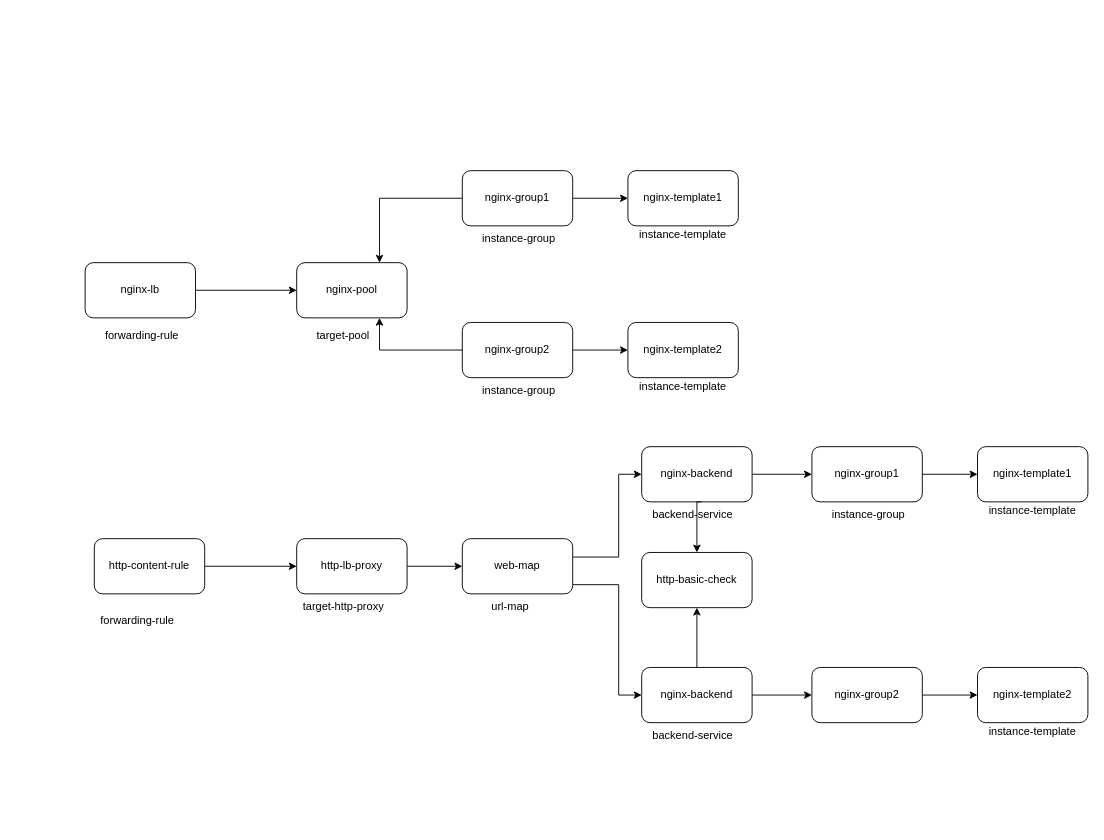
Before: http-lb.drawio in Abdennebi/gcp-training, a draw.io diagram. Source tidied: cells renumbered, new cells numbered last; positions are measured from the earlier drawing's top-left corner, leaving out a move shared by most shapes. Both pictures are drawn from the tidied source at 92%, with x=0, y=0 at pixel (85, 170).
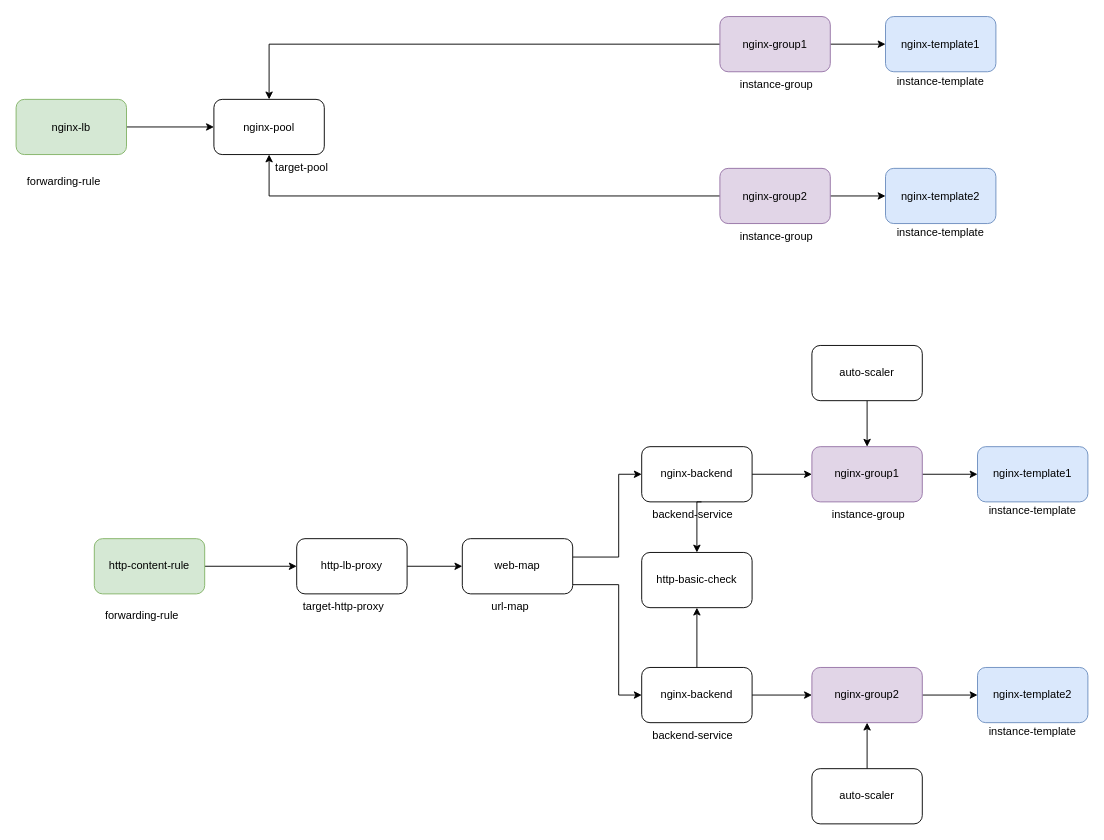
The same diagram, later.

The edit, as a diff of the source:
```diff
@@
-    <mxCell id="10" value="&lt;span&gt;nginx-template1&lt;/span&gt;" style="rounded=1;whiteSpace=wrap;html=1;" parent="1" vertex="1">
-      <mxGeometry x="590" width="120" height="60" as="geometry" />
+    <mxCell id="10" value="&lt;span&gt;nginx-template1&lt;/span&gt;" style="rounded=1;whiteSpace=wrap;html=1;fillColor=#dae8fc;strokeColor=#6c8ebf;" parent="1" vertex="1">
+      <mxGeometry x="870" y="-167.5" width="120" height="60" as="geometry" />
     </mxCell>
     <mxCell id="11" value="&lt;span&gt;instance-template&lt;/span&gt;" style="text;html=1;strokeColor=none;fillColor=none;align=center;verticalAlign=middle;whiteSpace=wrap;rounded=0;" parent="1" vertex="1">
-      <mxGeometry x="600" y="60" width="100" height="20" as="geometry" />
+      <mxGeometry x="880" y="-107.5" width="100" height="20" as="geometry" />
     </mxCell>
     <mxCell id="12" value="&lt;span&gt;nginx-pool&lt;/span&gt;" style="rounded=1;whiteSpace=wrap;html=1;" parent="1" vertex="1">
-      <mxGeometry x="230" y="100" width="120" height="60" as="geometry" />
+      <mxGeometry x="140" y="-77.5" width="120" height="60" as="geometry" />
     </mxCell>
     <mxCell id="13" value="target-pool" style="text;html=1;" parent="1" vertex="1">
-      <mxGeometry x="250" y="165" width="60" height="30" as="geometry" />
+      <mxGeometry x="205" y="-17.5" width="60" height="30" as="geometry" />
     </mxCell>
@@
     <mxCell id="15" style="edgeStyle=orthogonalEdgeStyle;rounded=0;jettySize=auto;html=1;" parent="1" edge="1" source="16" target="12">
       <mxGeometry relative="1" as="geometry">
         <Array as="points">
-          <mxPoint x="320" y="30" />
+          <mxPoint x="200" y="-137" />
         </Array>
       </mxGeometry>
     </mxCell>
-    <mxCell id="16" value="&lt;span&gt;nginx-group1&lt;/span&gt;" style="rounded=1;whiteSpace=wrap;html=1;" parent="1" vertex="1">
-      <mxGeometry x="410" width="120" height="60" as="geometry" />
+    <mxCell id="16" value="&lt;span&gt;nginx-group1&lt;/span&gt;" style="rounded=1;whiteSpace=wrap;html=1;fillColor=#e1d5e7;strokeColor=#9673a6;" parent="1" vertex="1">
+      <mxGeometry x="690" y="-167.5" width="120" height="60" as="geometry" />
     </mxCell>
     <mxCell id="17" value="instance-group" style="text;html=1;" parent="1" vertex="1">
-      <mxGeometry x="430" y="60" width="100" height="30" as="geometry" />
+      <mxGeometry x="710" y="-107.5" width="100" height="30" as="geometry" />
     </mxCell>
@@
-    <mxCell id="19" value="&lt;span&gt;nginx-lb&lt;/span&gt;" style="rounded=1;whiteSpace=wrap;html=1;" parent="1" vertex="1">
-      <mxGeometry y="100" width="120" height="60" as="geometry" />
+    <mxCell id="19" value="&lt;span&gt;nginx-lb&lt;/span&gt;" style="rounded=1;whiteSpace=wrap;html=1;fillColor=#d5e8d4;strokeColor=#82b366;" parent="1" vertex="1">
+      <mxGeometry x="-75" y="-77.5" width="120" height="60" as="geometry" />
     </mxCell>
     <mxCell id="20" value="forwarding-rule" style="text;html=1;" parent="1" vertex="1">
-      <mxGeometry x="20" y="165" width="90" height="30" as="geometry" />
+      <mxGeometry x="-65" y="-2.5" width="90" height="30" as="geometry" />
     </mxCell>
-    <mxCell id="21" value="&lt;span&gt;nginx-template2&lt;/span&gt;" style="rounded=1;whiteSpace=wrap;html=1;" parent="1" vertex="1">
-      <mxGeometry x="590" y="165" width="120" height="60" as="geometry" />
+    <mxCell id="21" value="&lt;span&gt;nginx-template2&lt;/span&gt;" style="rounded=1;whiteSpace=wrap;html=1;fillColor=#dae8fc;strokeColor=#6c8ebf;" parent="1" vertex="1">
+      <mxGeometry x="870" y="-2.5" width="120" height="60" as="geometry" />
     </mxCell>
     <mxCell id="22" value="&lt;span&gt;instance-template&lt;/span&gt;" style="text;html=1;strokeColor=none;fillColor=none;align=center;verticalAlign=middle;whiteSpace=wrap;rounded=0;" parent="1" vertex="1">
-      <mxGeometry x="600" y="225" width="100" height="20" as="geometry" />
+      <mxGeometry x="880" y="57.5" width="100" height="20" as="geometry" />
     </mxCell>
@@
-    <mxCell id="24" style="edgeStyle=orthogonalEdgeStyle;rounded=0;jettySize=auto;html=1;entryX=0.75;entryY=1;entryDx=0;entryDy=0;" parent="1" edge="1" source="25" target="12">
+    <mxCell id="24" style="edgeStyle=orthogonalEdgeStyle;rounded=0;jettySize=auto;html=1;entryX=0.5;entryY=1;entryDx=0;entryDy=0;" parent="1" edge="1" source="25" target="12">
       <mxGeometry relative="1" as="geometry" />
     </mxCell>
-    <mxCell id="25" value="&lt;span&gt;nginx-group2&lt;/span&gt;" style="rounded=1;whiteSpace=wrap;html=1;" parent="1" vertex="1">
-      <mxGeometry x="410" y="165" width="120" height="60" as="geometry" />
+    <mxCell id="25" value="&lt;span&gt;nginx-group2&lt;/span&gt;" style="rounded=1;whiteSpace=wrap;html=1;fillColor=#e1d5e7;strokeColor=#9673a6;" parent="1" vertex="1">
+      <mxGeometry x="690" y="-2.5" width="120" height="60" as="geometry" />
     </mxCell>
     <mxCell id="26" value="instance-group" style="text;html=1;" parent="1" vertex="1">
-      <mxGeometry x="430" y="225" width="100" height="30" as="geometry" />
+      <mxGeometry x="710" y="57.5" width="100" height="30" as="geometry" />
     </mxCell>
@@
-    <mxCell id="28" value="&lt;span&gt;nginx-group1&lt;/span&gt;" style="rounded=1;whiteSpace=wrap;html=1;" parent="1" vertex="1">
+    <mxCell id="28" value="&lt;span&gt;nginx-group1&lt;/span&gt;" style="rounded=1;whiteSpace=wrap;html=1;fillColor=#e1d5e7;strokeColor=#9673a6;" parent="1" vertex="1">
       <mxGeometry x="790" y="300" width="120" height="60" as="geometry" />
     </mxCell>
@@
-    <mxCell id="34" value="&lt;span&gt;http-content-rule&lt;/span&gt;" style="rounded=1;whiteSpace=wrap;html=1;" parent="1" vertex="1">
+    <mxCell id="34" value="&lt;span&gt;http-content-rule&lt;/span&gt;" style="rounded=1;whiteSpace=wrap;html=1;fillColor=#d5e8d4;strokeColor=#82b366;" parent="1" vertex="1">
       <mxGeometry x="10" y="400" width="120" height="60" as="geometry" />
     </mxCell>
     <mxCell id="35" value="forwarding-rule" style="text;html=1;" parent="1" vertex="1">
-      <mxGeometry x="15" y="475" width="110" height="30" as="geometry" />
+      <mxGeometry x="20" y="470" width="110" height="30" as="geometry" />
     </mxCell>
@@
-    <mxCell id="40" value="&lt;span&gt;nginx-group2&lt;/span&gt;" style="rounded=1;whiteSpace=wrap;html=1;" parent="1" vertex="1">
+    <mxCell id="40" value="&lt;span&gt;nginx-group2&lt;/span&gt;" style="rounded=1;whiteSpace=wrap;html=1;fillColor=#e1d5e7;strokeColor=#9673a6;" parent="1" vertex="1">
       <mxGeometry x="790" y="540" width="120" height="60" as="geometry" />
     </mxCell>
@@
-    <mxCell id="43" value="&lt;span&gt;nginx-template1&lt;/span&gt;" style="rounded=1;whiteSpace=wrap;html=1;" parent="1" vertex="1">
+    <mxCell id="43" value="&lt;span&gt;nginx-template1&lt;/span&gt;" style="rounded=1;whiteSpace=wrap;html=1;fillColor=#dae8fc;strokeColor=#6c8ebf;" parent="1" vertex="1">
       <mxGeometry x="970" y="300" width="120" height="60" as="geometry" />
     </mxCell>
@@
-    <mxCell id="45" value="&lt;span&gt;nginx-template2&lt;/span&gt;" style="rounded=1;whiteSpace=wrap;html=1;" parent="1" vertex="1">
+    <mxCell id="45" value="&lt;span&gt;nginx-template2&lt;/span&gt;" style="rounded=1;whiteSpace=wrap;html=1;fillColor=#dae8fc;strokeColor=#6c8ebf;" parent="1" vertex="1">
       <mxGeometry x="970" y="540" width="120" height="60" as="geometry" />
     </mxCell>
@@
+    <mxCell id="47" style="edgeStyle=orthogonalEdgeStyle;rounded=0;jettySize=auto;html=1;entryX=0.5;entryY=0;entryDx=0;entryDy=0;" parent="1" edge="1" source="48" target="28">
+      <mxGeometry relative="1" as="geometry" />
+    </mxCell>
+    <mxCell id="48" value="auto-scaler" style="rounded=1;whiteSpace=wrap;html=1;" parent="1" vertex="1">
+      <mxGeometry x="790" y="190" width="120" height="60" as="geometry" />
+    </mxCell>
+    <mxCell id="49" style="edgeStyle=orthogonalEdgeStyle;rounded=0;jettySize=auto;html=1;entryX=0.5;entryY=1;entryDx=0;entryDy=0;" parent="1" edge="1" source="50" target="40">
+      <mxGeometry relative="1" as="geometry" />
+    </mxCell>
+    <mxCell id="50" value="auto-scaler" style="rounded=1;whiteSpace=wrap;html=1;" parent="1" vertex="1">
+      <mxGeometry x="790" y="650" width="120" height="60" as="geometry" />
+    </mxCell>
```
